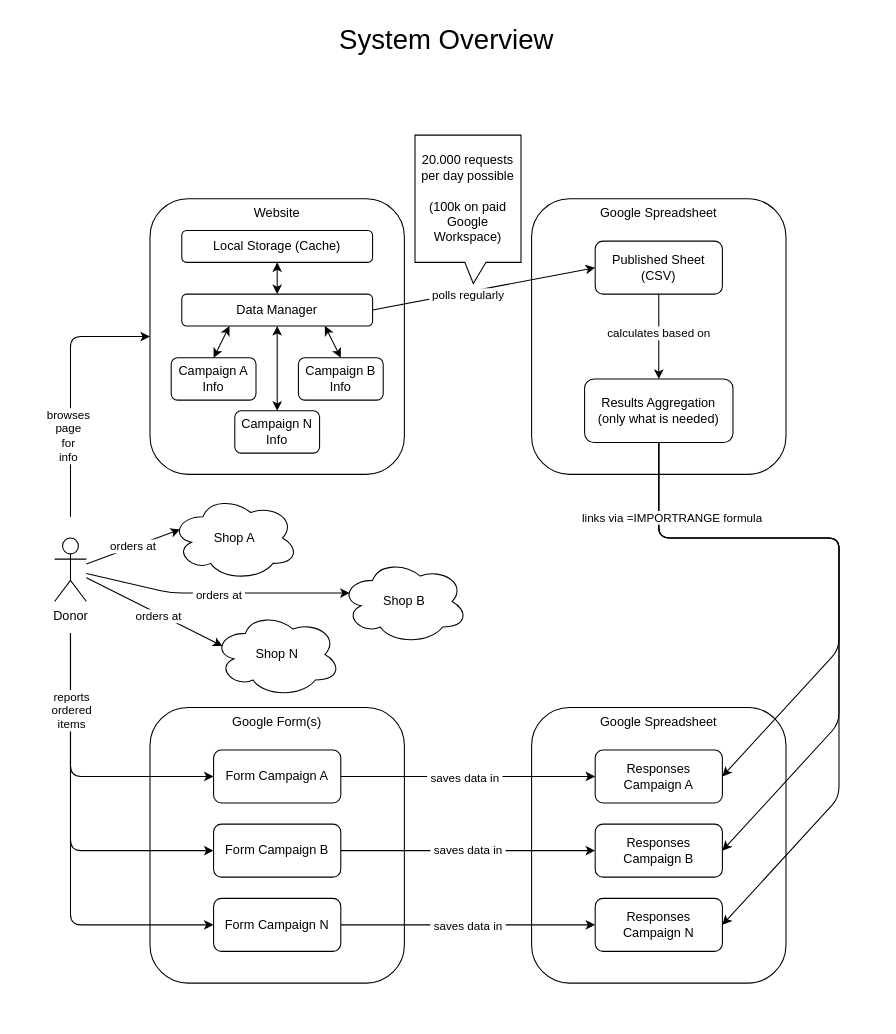
This is documentation/overview.drawio from ManuelFeller/simple-donation-website, a draw.io file, before an edit. Source tidied: cells renumbered, new cells numbered last; positions are measured from the earlier drawing's top-left corner, leaving out a move shared by most shapes. Both pictures are drawn from the tidied source at 106%, with x=0, y=0 at pixel (54, 18).
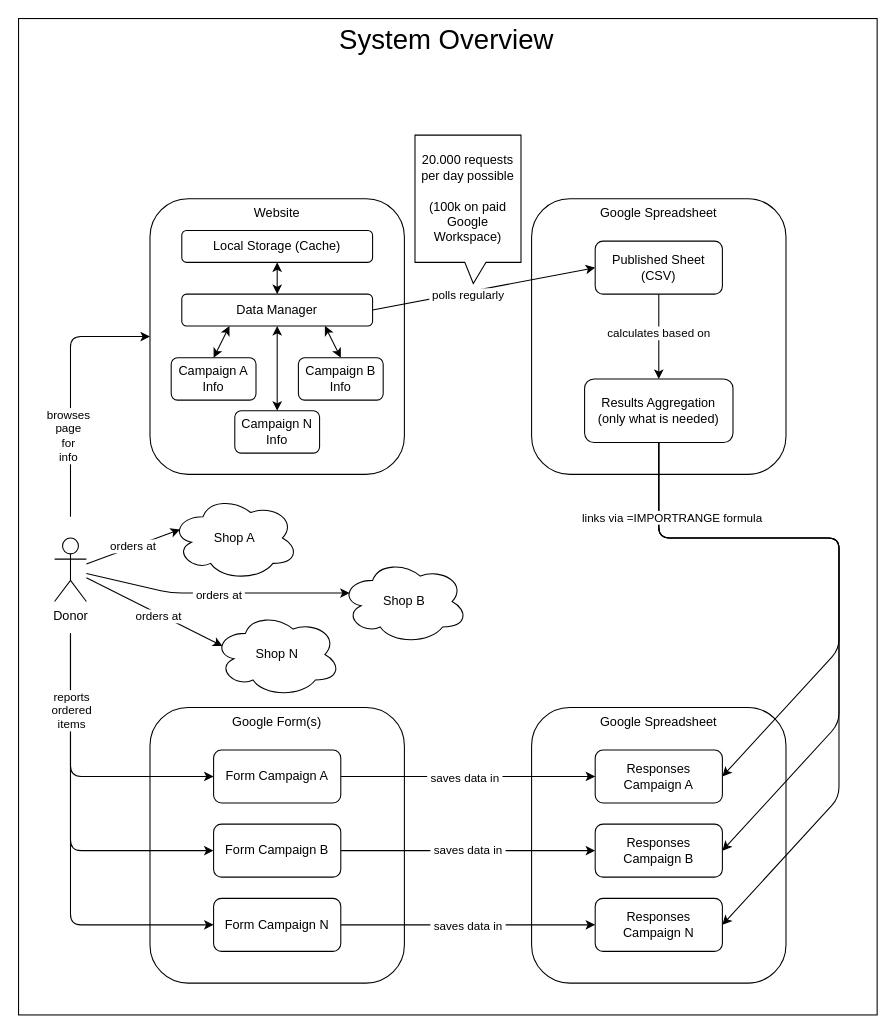
The same page after the edit.

Commit message (it also covers changes not shown here):
adding a background for better readability

What changed in the source:
```diff
@@
+    <mxCell id="53" style="rounded=0;whiteSpace=wrap;html=1;" parent="1" vertex="1">
+      <mxGeometry x="-34" width="810" height="940" as="geometry" />
+    </mxCell>
```
